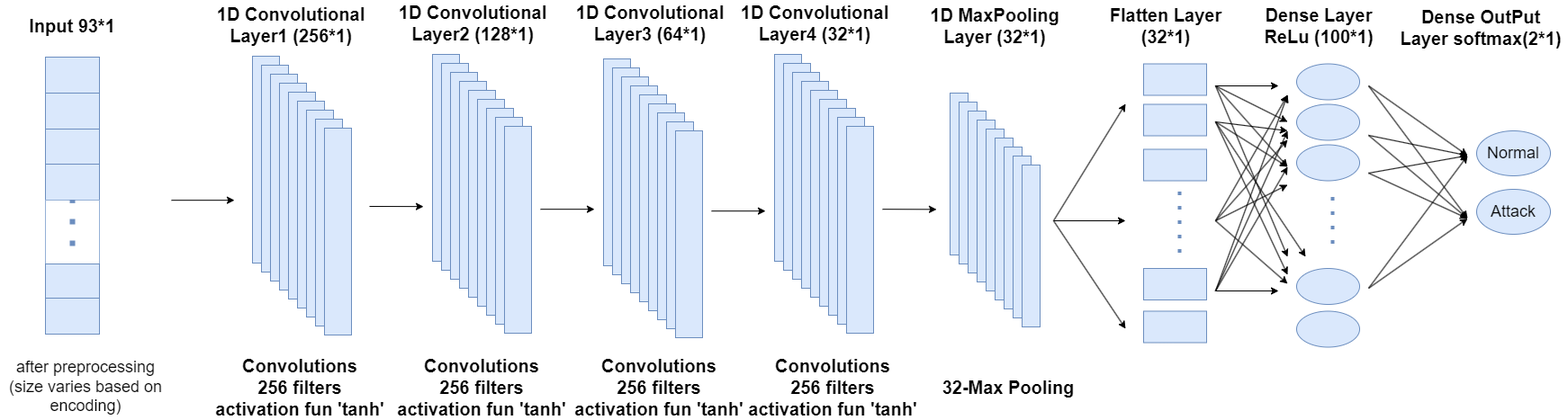
The draw.io diagram Pictures/CNNarchdiag.png in dharaneishvc/Intrusion-detection-DL-ML, before a commit. Source tidied: cells renumbered, new cells last; positions are measured from the earlier drawing's top-left corner, leaving out a move shared by most shapes.
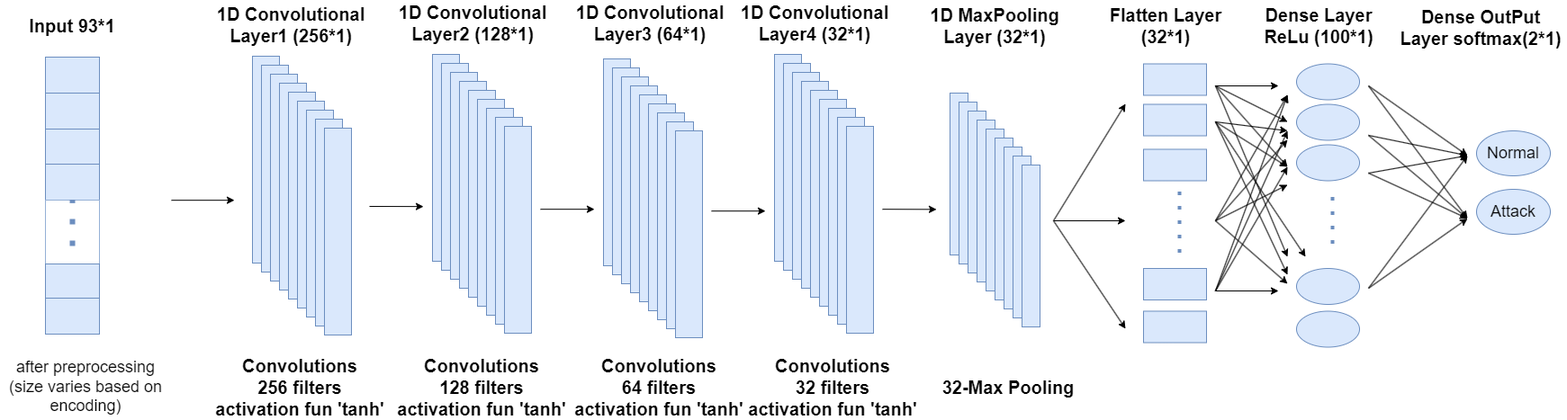
After the change.

What changed in the source:
```diff
@@ -457,13 +457,13 @@
     <mxCell id="118" value="&lt;font style=&quot;font-size: 20px;&quot;&gt;&lt;b&gt;Convolutions&lt;br&gt;256 filters&lt;br&gt;activation fun 'tanh'&lt;br&gt;&lt;/b&gt;&lt;/font&gt;" style="text;html=1;align=center;verticalAlign=middle;whiteSpace=wrap;rounded=0;" parent="1" vertex="1">
       <mxGeometry x="238" y="395" width="190" height="70" as="geometry" />
     </mxCell>
-    <mxCell id="119" value="&lt;font style=&quot;font-size: 20px;&quot;&gt;&lt;b&gt;Convolutions&lt;br&gt;256 filters&lt;br&gt;activation fun 'tanh'&lt;br&gt;&lt;/b&gt;&lt;/font&gt;" style="text;html=1;align=center;verticalAlign=middle;whiteSpace=wrap;rounded=0;" parent="1" vertex="1">
+    <mxCell id="119" value="&lt;font style=&quot;font-size: 20px;&quot;&gt;&lt;b&gt;Convolutions&lt;br&gt;128 filters&lt;br&gt;activation fun 'tanh'&lt;br&gt;&lt;/b&gt;&lt;/font&gt;" style="text;html=1;align=center;verticalAlign=middle;whiteSpace=wrap;rounded=0;" parent="1" vertex="1">
       <mxGeometry x="440" y="395" width="190" height="70" as="geometry" />
     </mxCell>
-    <mxCell id="120" value="&lt;font style=&quot;font-size: 20px;&quot;&gt;&lt;b&gt;Convolutions&lt;br&gt;256 filters&lt;br&gt;activation fun 'tanh'&lt;br&gt;&lt;/b&gt;&lt;/font&gt;" style="text;html=1;align=center;verticalAlign=middle;whiteSpace=wrap;rounded=0;" parent="1" vertex="1">
+    <mxCell id="120" value="&lt;font style=&quot;font-size: 20px;&quot;&gt;&lt;b&gt;Convolutions&lt;br&gt;64 filters&lt;br&gt;activation fun 'tanh'&lt;br&gt;&lt;/b&gt;&lt;/font&gt;" style="text;html=1;align=center;verticalAlign=middle;whiteSpace=wrap;rounded=0;" parent="1" vertex="1">
       <mxGeometry x="637" y="395" width="190" height="70" as="geometry" />
     </mxCell>
-    <mxCell id="121" value="&lt;font style=&quot;font-size: 20px;&quot;&gt;&lt;b&gt;Convolutions&lt;br&gt;256 filters&lt;br&gt;activation fun 'tanh'&lt;br&gt;&lt;/b&gt;&lt;/font&gt;" style="text;html=1;align=center;verticalAlign=middle;whiteSpace=wrap;rounded=0;" parent="1" vertex="1">
+    <mxCell id="121" value="&lt;font style=&quot;font-size: 20px;&quot;&gt;&lt;b&gt;Convolutions&lt;br&gt;32 filters&lt;br&gt;activation fun 'tanh'&lt;br&gt;&lt;/b&gt;&lt;/font&gt;" style="text;html=1;align=center;verticalAlign=middle;whiteSpace=wrap;rounded=0;" parent="1" vertex="1">
       <mxGeometry x="830" y="395" width="190" height="70" as="geometry" />
     </mxCell>
     <mxCell id="122" value="&lt;font style=&quot;font-size: 20px;&quot;&gt;&lt;b&gt;32-Max Pooling&lt;br&gt;&lt;/b&gt;&lt;/font&gt;" style="text;html=1;align=center;verticalAlign=middle;whiteSpace=wrap;rounded=0;" parent="1" vertex="1">
```
